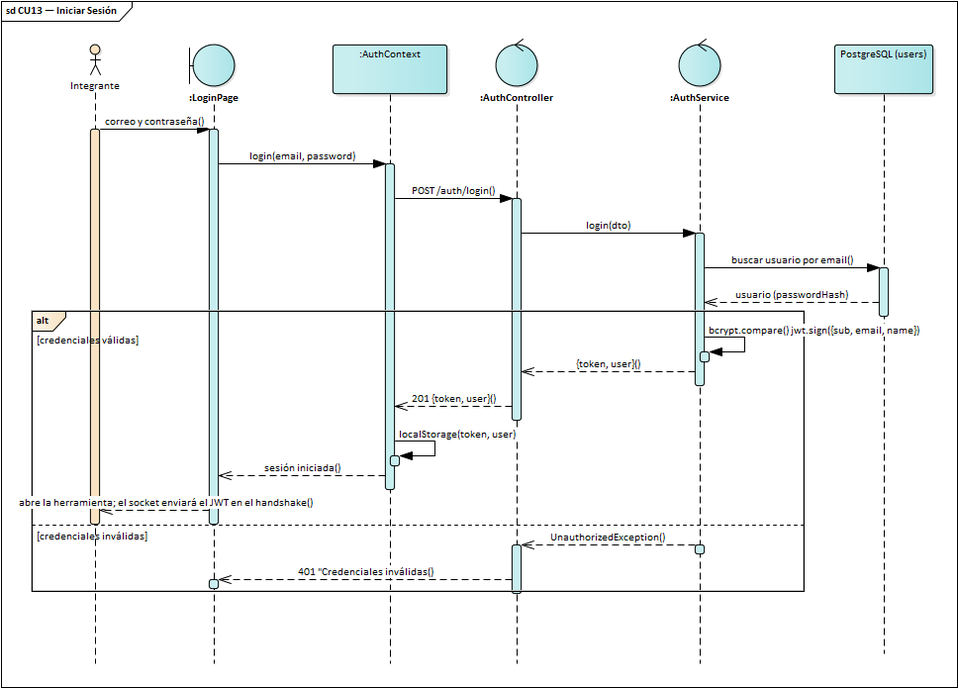
This is docs/diagrams/ea/img/seq_cu13.png from luisfernandoAngulo28/generador_diagrama_clases_uml, a PlantUML export, as it was before one commit. Its source is kept beside it as docs/diagrams/2do_parcial/pud/seq_cu13.plantuml.
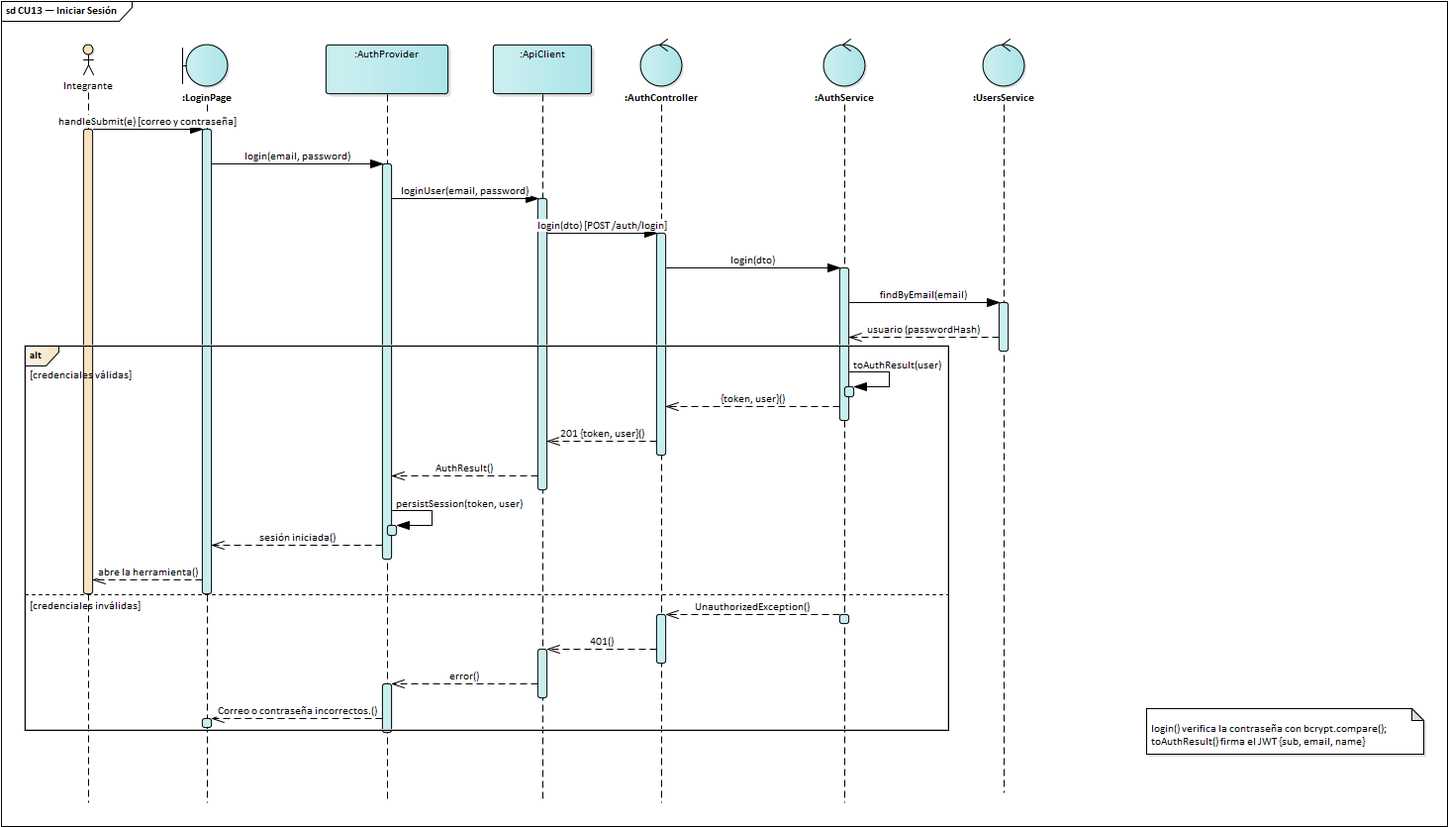
After the change.

What changed in the source:
```diff
@@ -1,27 +1,33 @@
 @startuml seq_cu13
 !include _seq.iuml
-title CU13 — Iniciar Sesión\n<size:11>Diagrama de Secuencia · UML 2.5.1</size>
+title CU13 — Iniciar Sesión\n<size:11>Diagrama de Secuencia · UML 2.5.1 · cada mensaje es una operación de la clase que lo recibe</size>
 actor Integrante as A
 boundary ":LoginPage" as B
-participant ":AuthContext" as CTX
+participant ":AuthProvider" as CTX
+participant ":ApiClient" as API
 control ":AuthController" as C
 control ":AuthService" as S
-database "PostgreSQL\n(users)" as DB
-A -> B : correo y contraseña
+control ":UsersService" as U
+A -> B : handleSubmit(e) [correo y contraseña]
 B -> CTX : login(email, password)
-CTX -> C : POST /auth/login
+CTX -> API : loginUser(email, password)
+API -> C : login(dto) [POST /auth/login]
 C -> S : login(dto)
-S -> DB : buscar usuario por email
-DB --> S : usuario (passwordHash)
+S -> U : findByEmail(email)
+U --> S : usuario (passwordHash)
 alt credenciales válidas
-  S -> S : bcrypt.compare()\njwt.sign({sub, email, name})
+  S -> S : toAuthResult(user)
   S --> C : {token, user}
-  C --> CTX : 201 {token, user}
-  CTX -> CTX : localStorage(token, user)
+  C --> API : 201 {token, user}
+  API --> CTX : AuthResult
+  CTX -> CTX : persistSession(token, user)
   CTX --> B : sesión iniciada
-  B --> A : abre la herramienta; el socket\nenviará el JWT en el handshake
+  B --> A : abre la herramienta
 else credenciales inválidas
   S --> C : UnauthorizedException
-  C --> B : 401 "Credenciales inválidas"
+  C --> API : 401
+  API --> CTX : error
+  CTX --> B : "Correo o contraseña incorrectos."
 end
+note over S : login() verifica la contraseña con bcrypt.compare();\ntoAuthResult() firma el JWT {sub, email, name}
 @enduml
```
